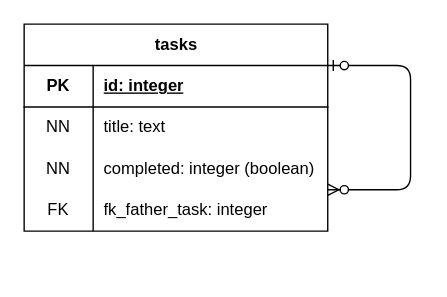
Earlier version of the draw.io diagram docs/DER.drawio (guilhermepk/tasker). Source tidied: cells renumbered, new cells numbered last; positions are measured from the earlier drawing's top-left corner, leaving out a move shared by most shapes. Both pictures are drawn from the tidied source at 138%, with x=0, y=0 at pixel (23, 23).
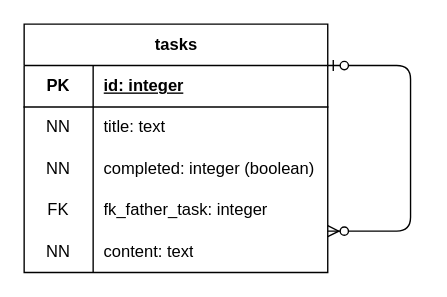
The same page after the edit.

Change to the diagram source:
```diff
@@
     <mxCell id="2" value="tasks" style="shape=table;startSize=30;childLayout=tableLayout;rowLines=0;fontStyle=1;align=center;html=1;" parent="1" vertex="1">
-      <mxGeometry width="220" height="150" as="geometry" />
+      <mxGeometry width="220" height="180" as="geometry" />
     </mxCell>
@@
+    <mxCell id="16" style="shape=tableRow;horizontal=0;startSize=0;swimlaneHead=0;swimlaneBody=0;fillColor=none;top=0;left=0;right=0;bottom=0;" parent="2" vertex="1">
+      <mxGeometry y="150" width="220" height="30" as="geometry" />
+    </mxCell>
+    <mxCell id="17" value="NN" style="shape=partialRectangle;fillColor=none;top=0;left=0;bottom=0;right=0;overflow=hidden;whiteSpace=wrap;html=1;" parent="16" vertex="1">
+      <mxGeometry width="50" height="30" as="geometry" />
+    </mxCell>
+    <mxCell id="18" value="content: text" style="shape=partialRectangle;fillColor=none;top=0;left=0;bottom=0;right=0;align=left;spacingLeft=6;overflow=hidden;whiteSpace=wrap;html=1;" parent="16" vertex="1">
+      <mxGeometry x="50" width="170" height="30" as="geometry" />
+    </mxCell>
```
